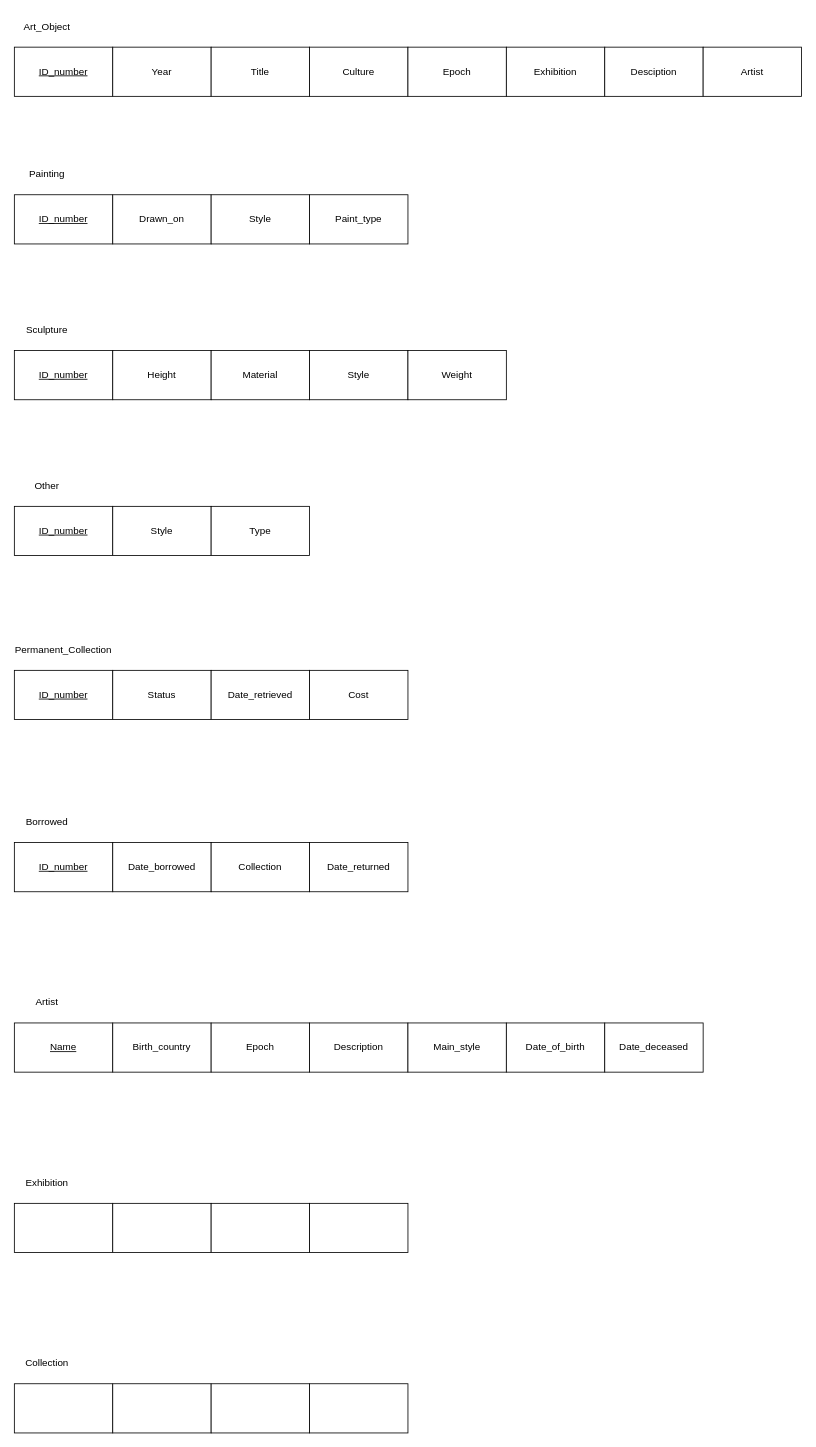
Above: EERD.drawio in ENSF-300-F23/museum-project-l03-35 (draw.io), before the change. Source tidied: cells renumbered, new cells numbered last; positions are measured from the earlier drawing's top-left corner, leaving out a move shared by most shapes. Both pictures are drawn from the tidied source at 82%, with x=0, y=0 at pixel (14, 14).
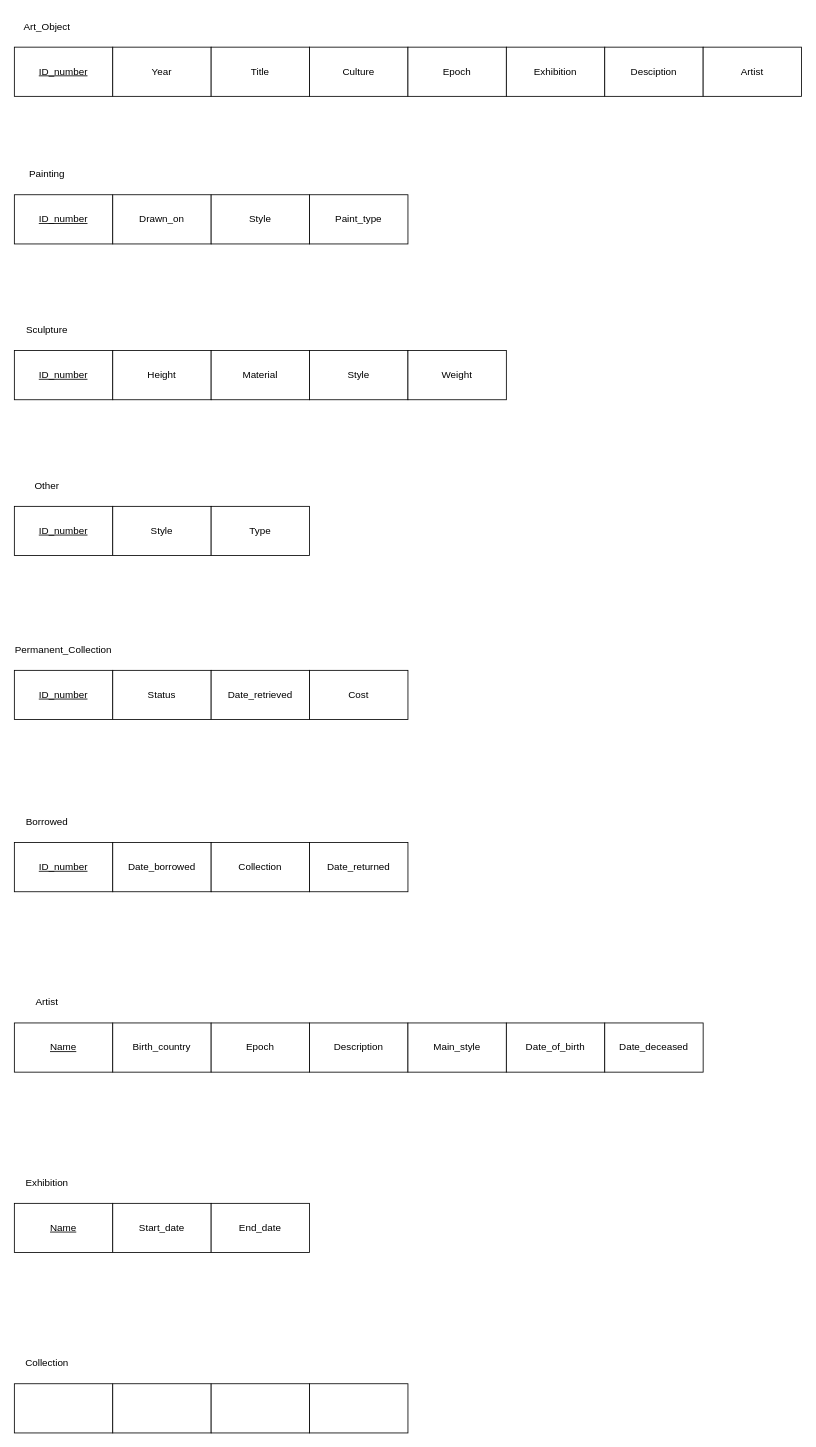
The same diagram, later.

Commit message:
Added primary key and attributes for "Exhibition" entity

The edit, as a diff of the source:
```diff
@@
-    <mxCell id="37" style="rounded=0;whiteSpace=wrap;html=1;" parent="1" vertex="1">
+    <mxCell id="37" value="&lt;u&gt;Name&lt;/u&gt;" style="rounded=0;whiteSpace=wrap;html=1;" parent="1" vertex="1">
       <mxGeometry y="1450" width="120" height="60" as="geometry" />
     </mxCell>
-    <mxCell id="38" style="rounded=0;whiteSpace=wrap;html=1;" parent="1" vertex="1">
+    <mxCell id="38" value="Start_date" style="rounded=0;whiteSpace=wrap;html=1;" parent="1" vertex="1">
       <mxGeometry x="120" y="1450" width="120" height="60" as="geometry" />
     </mxCell>
-    <mxCell id="39" style="rounded=0;whiteSpace=wrap;html=1;" parent="1" vertex="1">
+    <mxCell id="39" value="End_date" style="rounded=0;whiteSpace=wrap;html=1;" parent="1" vertex="1">
       <mxGeometry x="240" y="1450" width="120" height="60" as="geometry" />
     </mxCell>
-    <mxCell id="40" style="rounded=0;whiteSpace=wrap;html=1;" parent="1" vertex="1">
-      <mxGeometry x="360" y="1450" width="120" height="60" as="geometry" />
-    </mxCell>
```
